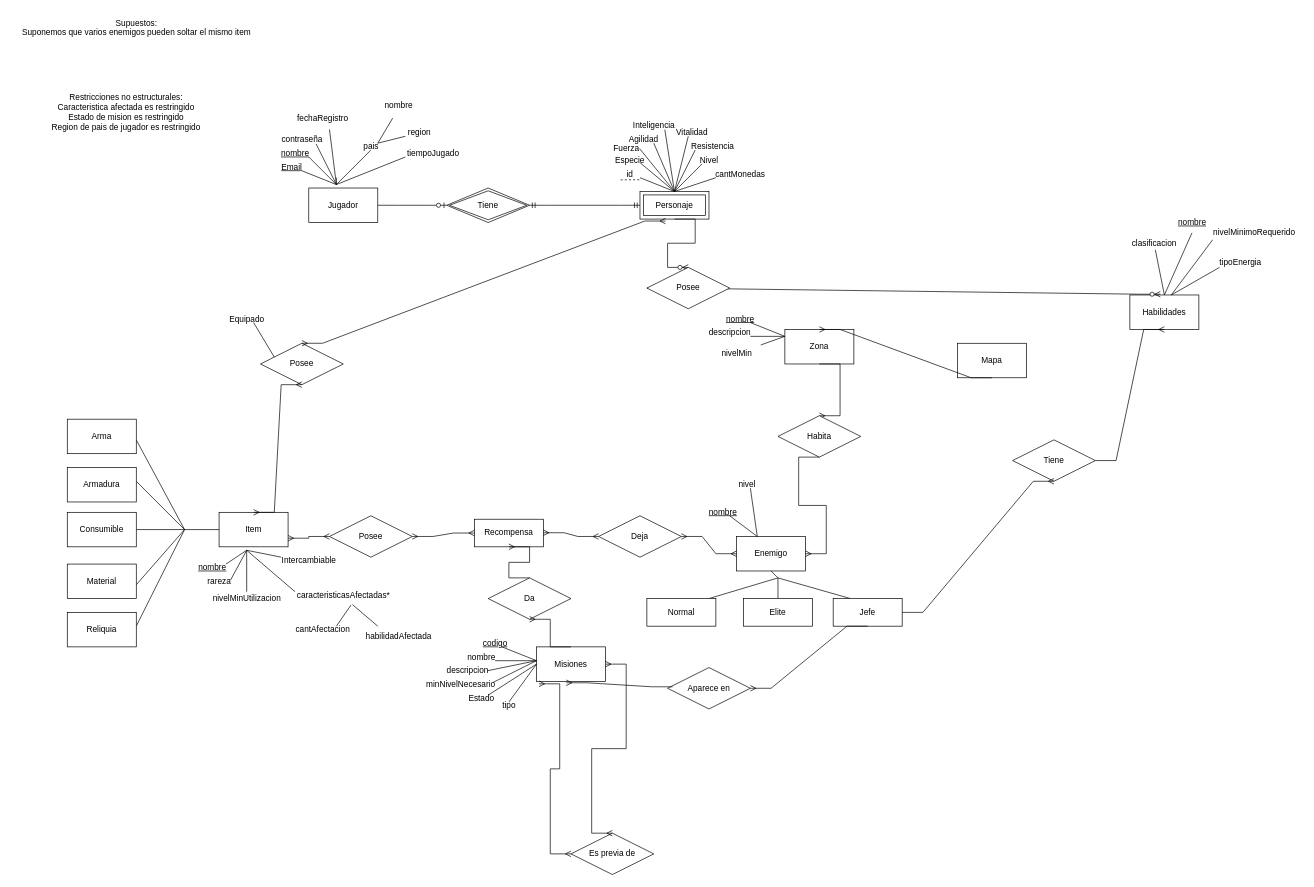
Above: Parte1.drawio in MartinAlonsoo/Obligatorio1BD2 (draw.io), before the change. Source tidied: cells renumbered, new cells numbered last; positions are measured from the earlier drawing's top-left corner, leaving out a move shared by most shapes. Both pictures are drawn from the tidied source at 69%, with x=0, y=0 at pixel (12, 12).
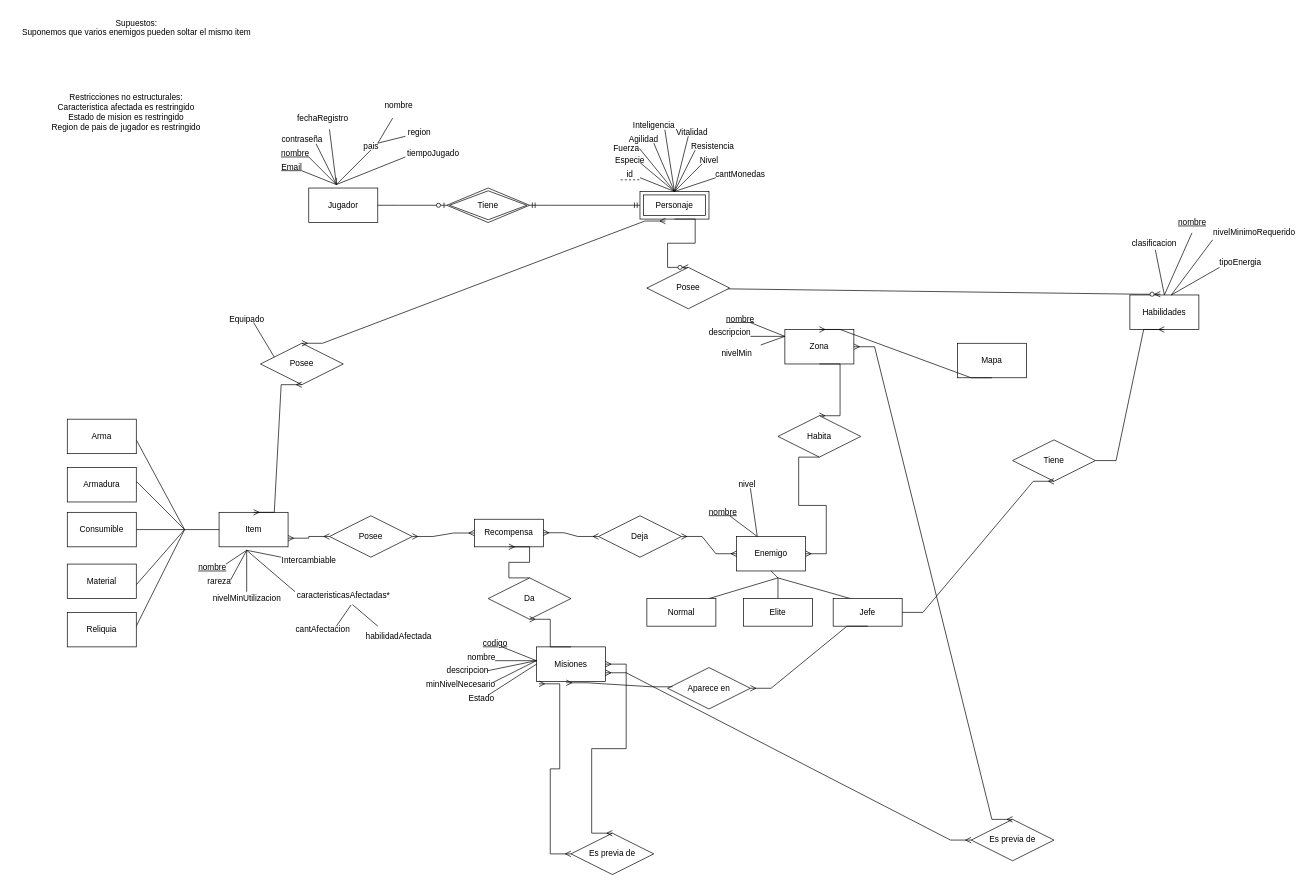
Above is the later version.

Unchanged cells that the change refers to:
```xml
<mxCell id="3" value="Zona" style="rounded=0;whiteSpace=wrap;html=1;" parent="1" vertex="1">
  <mxGeometry x="1120" y="460" width="100" height="50" as="geometry" />
</mxCell>
<mxCell id="25" value="Misiones" style="rounded=0;whiteSpace=wrap;html=1;" parent="1" vertex="1">
  <mxGeometry x="760" y="920" width="100" height="50" as="geometry" />
</mxCell>
```

Diff of the diagram source:
```diff
@@
-    <mxCell id="126" style="endArrow=none;html=1;rounded=0;entryX=0;entryY=0.5;entryDx=0;entryDy=0;" parent="1" edge="1" target="25">
-      <mxGeometry relative="1" as="geometry">
-        <mxPoint x="720" y="1000" as="sourcePoint" />
-      </mxGeometry>
-    </mxCell>
-    <mxCell id="127" value="tipo" style="text;html=1;align=center;verticalAlign=middle;strokeColor=none;fillColor=none;" parent="1" vertex="1">
-      <mxGeometry x="700" y="990" width="40" height="30" as="geometry" />
-    </mxCell>
+    <mxCell id="128" value="Es previa de" style="shape=rhombus;perimeter=rhombusPerimeter;whiteSpace=wrap;html=1;align=center;" parent="1" vertex="1">
+      <mxGeometry x="1390" y="1170" width="120" height="60" as="geometry" />
+    </mxCell>
+    <mxCell id="129" style="edgeStyle=entityRelationEdgeStyle;fontSize=12;html=1;endArrow=ERmany;startArrow=ERmany;rounded=0;exitX=0.5;exitY=0;exitDx=0;exitDy=0;entryX=1;entryY=0.5;entryDx=0;entryDy=0;" parent="1" edge="1" source="128" target="3">
+      <mxGeometry relative="1" as="geometry">
+        <Array as="points">
+          <mxPoint x="909.4" y="1308.5" />
+          <mxPoint x="1030" y="1215" />
+          <mxPoint x="960" y="1335" />
+          <mxPoint x="1020" y="1315" />
+          <mxPoint x="899.4" y="1278.5" />
+          <mxPoint x="970" y="1261" />
+          <mxPoint x="909.4" y="1278.5" />
+          <mxPoint x="949.4" y="1348.5" />
+        </Array>
+      </mxGeometry>
+    </mxCell>
+    <mxCell id="130" style="edgeStyle=entityRelationEdgeStyle;fontSize=12;html=1;endArrow=ERmany;startArrow=ERmany;rounded=0;exitX=0;exitY=0.5;exitDx=0;exitDy=0;entryX=1;entryY=0.75;entryDx=0;entryDy=0;" parent="1" edge="1" source="128" target="25">
+      <mxGeometry relative="1" as="geometry">
+        <Array as="points">
+          <mxPoint x="1410" y="1913.5" />
+          <mxPoint x="1530.6" y="1820" />
+          <mxPoint x="1460.6" y="1940" />
+          <mxPoint x="1520.6" y="1920" />
+          <mxPoint x="1400" y="1883.5" />
+          <mxPoint x="1470.6" y="1866" />
+          <mxPoint x="1410" y="1883.5" />
+          <mxPoint x="1450" y="1953.5" />
+        </Array>
+      </mxGeometry>
+    </mxCell>
```
